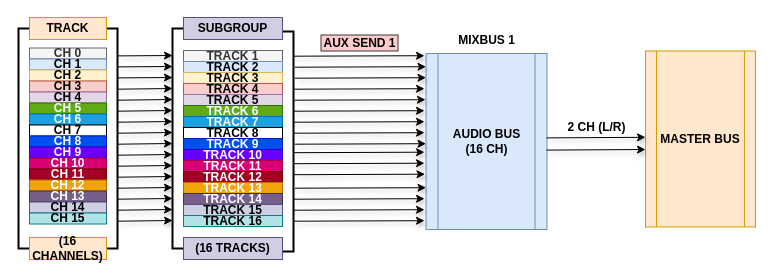
This is diagrams/signal-flow-aux-send-with-subgroup-stereo.drawio from chrisanthropic/LinuxMusicProduction, a draw.io file, before an edit. Source tidied: cells renumbered, new cells numbered last; positions are measured from the earlier drawing's top-left corner, leaving out a move shared by most shapes. Both pictures are drawn from the tidied source at 100%, with x=0, y=0 at pixel (18, 17).
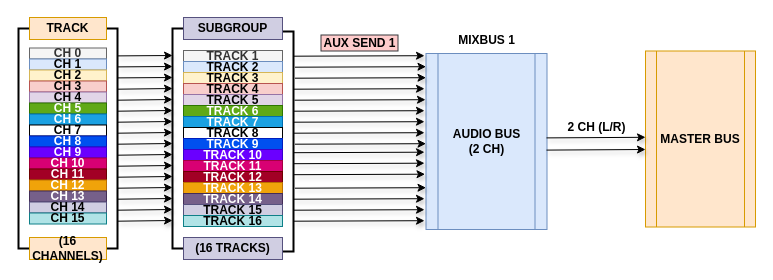
Above is the later version.

Commit message (it also covers changes not shown here):
fixes incorrect diagram. mixbus is 2 ports, not 16

Change to the diagram source:
```diff
@@
-    <mxCell id="2" value="&lt;b&gt;AUDIO BUS&lt;br&gt;(16 CH)&lt;/b&gt;" style="shape=process;whiteSpace=wrap;html=1;backgroundOutline=1;fillColor=#dae8fc;strokeColor=#6c8ebf;" parent="1" vertex="1">
+    <mxCell id="2" value="&lt;b&gt;AUDIO BUS&lt;br&gt;(2 CH)&lt;/b&gt;" style="shape=process;whiteSpace=wrap;html=1;backgroundOutline=1;fillColor=#dae8fc;strokeColor=#6c8ebf;" parent="1" vertex="1">
       <mxGeometry x="407.5" y="36" width="121" height="176" as="geometry" />
     </mxCell>
```
